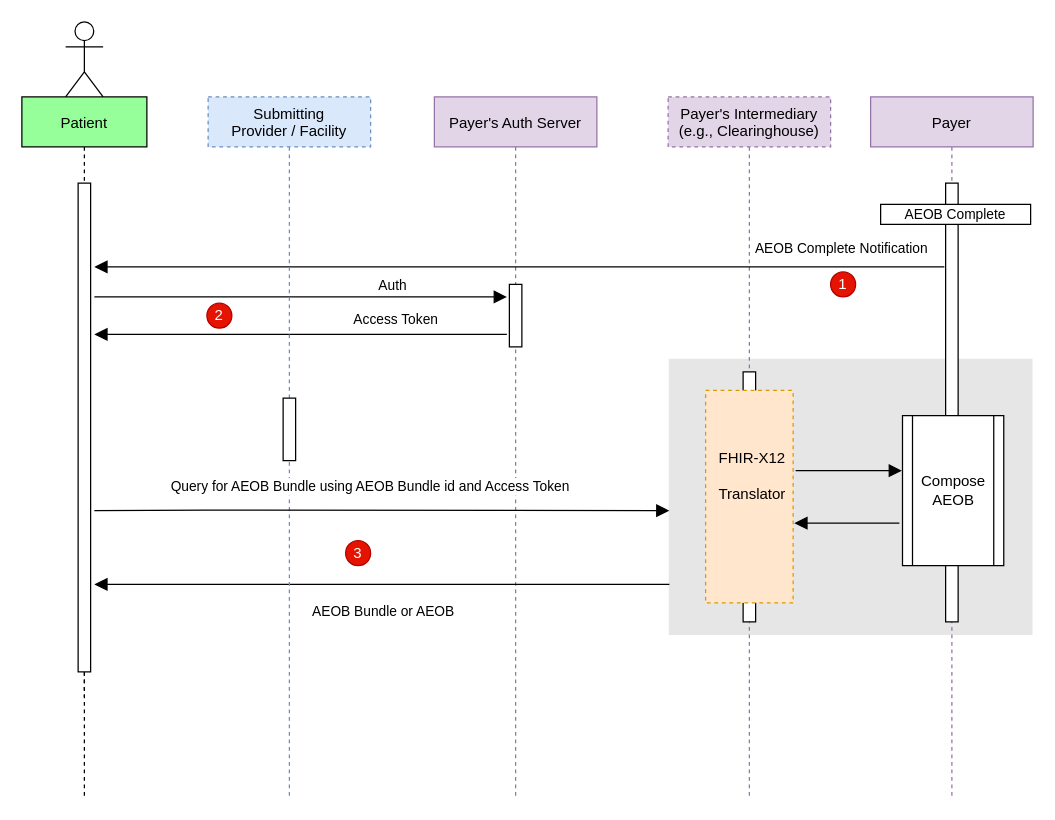
The draw.io diagram input/images/GetAEOB.drawio in HL7/davinci-pct, before the edit. Source tidied: cells renumbered, new cells numbered last; positions are measured from the earlier drawing's top-left corner, leaving out a move shared by most shapes. Both pictures are drawn from the tidied source at 125%, with x=0, y=0 at pixel (21, 21).
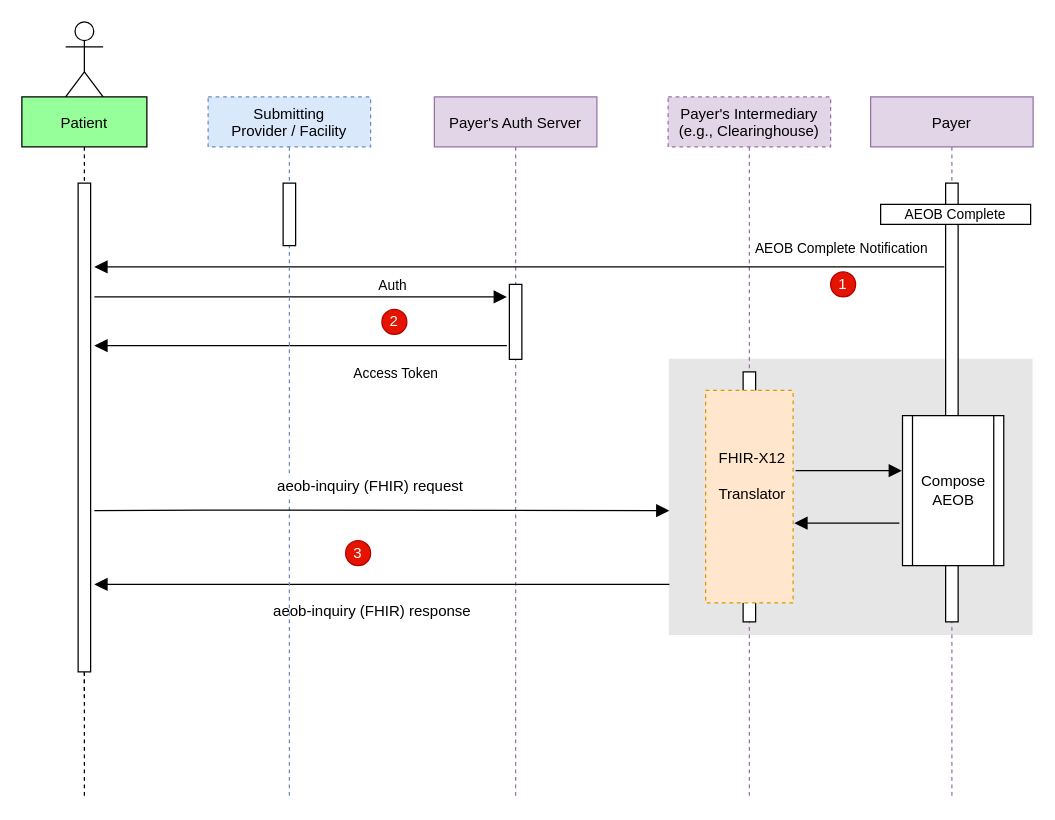
Above is the later version.

Unchanged cells that the change refers to:
```xml
<mxCell id="4" value="Payer's Auth Server" style="shape=umlLifeline;perimeter=lifelinePerimeter;rounded=0;shadow=0;strokeWidth=1;fillColor=#e1d5e7;strokeColor=#9673a6;" parent="1" vertex="1">
  <mxGeometry x="330" y="60" width="130" height="560" as="geometry" />
</mxCell>
<mxCell id="27" style="verticalAlign=bottom;endArrow=block;shadow=0;strokeWidth=1;labelBackgroundColor=none;endSize=8;" parent="1" edge="1">
  <mxGeometry x="0.02" y="-7" relative="1" as="geometry">
    <mxPoint x="518" y="450" as="sourcePoint" />
    <mxPoint x="58" y="450" as="targetPoint" />
  </mxGeometry>
</mxCell>
<mxCell id="29" value="Submitting&#10;Provider / Facility" style="shape=umlLifeline;perimeter=lifelinePerimeter;rounded=0;shadow=0;strokeWidth=1;fillColor=#dae8fc;strokeColor=#6c8ebf;dashed=1;" parent="1" vertex="1">
  <mxGeometry x="149" y="60" width="130" height="560" as="geometry" />
</mxCell>
```

The edit, as a diff of the source:
```diff
@@
     <mxCell id="5" style="perimeter=orthogonalPerimeter;rounded=0;shadow=0;strokeWidth=1;" parent="4" vertex="1">
-      <mxGeometry x="60" y="150" width="10" height="50" as="geometry" />
+      <mxGeometry x="60" y="150" width="10" height="60" as="geometry" />
     </mxCell>
@@
     <mxCell id="9" value="2" style="ellipse;whiteSpace=wrap;html=1;fillColor=#e51400;strokeColor=#B20000;fontColor=#ffffff;" parent="1" vertex="1">
-      <mxGeometry x="148" y="225" width="20" height="20" as="geometry" />
+      <mxGeometry x="288" y="230" width="20" height="20" as="geometry" />
     </mxCell>
@@
     <mxCell id="25" style="verticalAlign=bottom;endArrow=block;shadow=0;strokeWidth=1;labelBackgroundColor=none;endSize=8;" parent="1" edge="1">
       <mxGeometry x="0.02" y="-7" relative="1" as="geometry">
-        <mxPoint x="388" y="250" as="sourcePoint" />
-        <mxPoint x="58" y="250" as="targetPoint" />
+        <mxPoint x="388" y="259" as="sourcePoint" />
+        <mxPoint x="58" y="259" as="targetPoint" />
       </mxGeometry>
     </mxCell>
     <mxCell id="26" value="Access Token" style="edgeLabel;html=1;align=center;verticalAlign=bottom;labelPosition=center;verticalLabelPosition=top;" parent="25" vertex="1">
       <mxGeometry x="0.32" y="-4" relative="1" as="geometry">
-        <mxPoint x="128" as="offset" />
+        <mxPoint x="128" y="34" as="offset" />
       </mxGeometry>
     </mxCell>
@@
-    <mxCell id="28" value="AEOB Bundle or AEOB" style="edgeLabel;html=1;align=center;verticalAlign=bottom;labelPosition=center;verticalLabelPosition=top;" parent="27" vertex="1">
+    <mxCell id="28" value="&lt;span style=&quot;font-size: 12px&quot;&gt;aeob-inquiry (FHIR) response&lt;/span&gt;" style="edgeLabel;html=1;align=center;verticalAlign=bottom;labelPosition=center;verticalLabelPosition=top;" parent="27" vertex="1">
       <mxGeometry x="0.32" y="-4" relative="1" as="geometry">
-        <mxPoint x="74" y="34" as="offset" />
+        <mxPoint x="65" y="34" as="offset" />
       </mxGeometry>
     </mxCell>
@@
     <mxCell id="30" style="perimeter=orthogonalPerimeter;rounded=0;shadow=0;strokeWidth=1;" parent="29" vertex="1">
-      <mxGeometry x="60" y="241" width="10" height="50" as="geometry" />
+      <mxGeometry x="60" y="69" width="10" height="50" as="geometry" />
     </mxCell>
-    <mxCell id="31" value="Query for AEOB Bundle using AEOB Bundle id and Access Token" style="verticalAlign=bottom;endArrow=block;shadow=0;strokeWidth=1;endSize=8;" parent="1" edge="1">
+    <mxCell id="31" value="aeob-inquiry (FHIR) request" style="verticalAlign=bottom;endArrow=block;shadow=0;strokeWidth=1;endSize=8;fontSize=12;" parent="1" edge="1">
       <mxGeometry x="-0.04" y="10" relative="1" as="geometry">
         <mxPoint x="58" y="391" as="sourcePoint" />
         <mxPoint x="518" y="391" as="targetPoint" />
         <Array as="points">
           <mxPoint x="158" y="390.5" />
         </Array>
       </mxGeometry>
     </mxCell>
```
